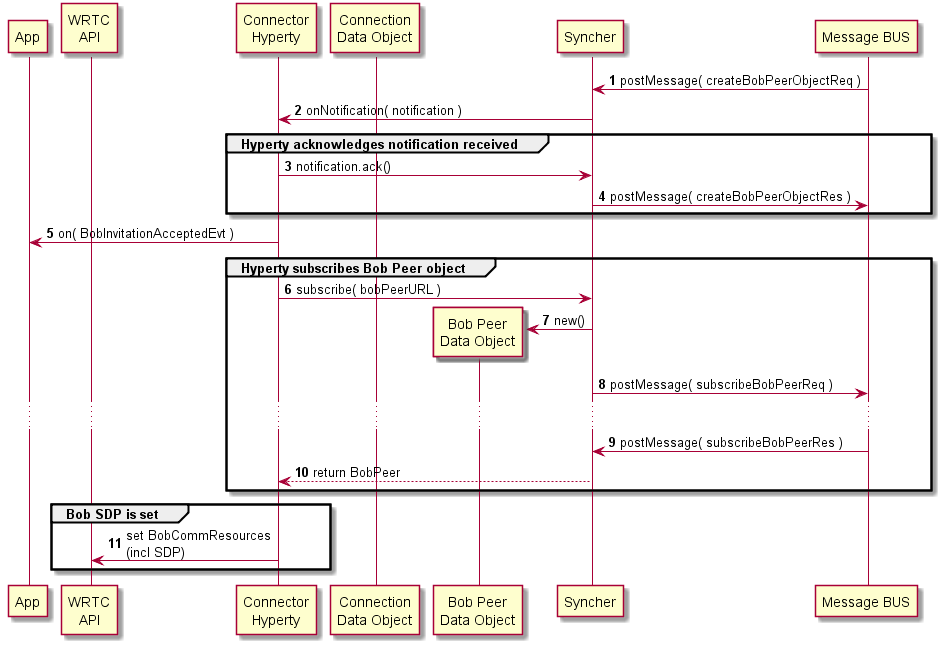
Earlier version of the PlantUML export docs/hyperties/connector/connector-alice-acked-bob-accepted-invitation.png (reTHINK-project/scenario-service-implementation). Its source is kept beside it as docs/hyperties/connector/connector-alice-acked-bob-accepted-invitation.puml.
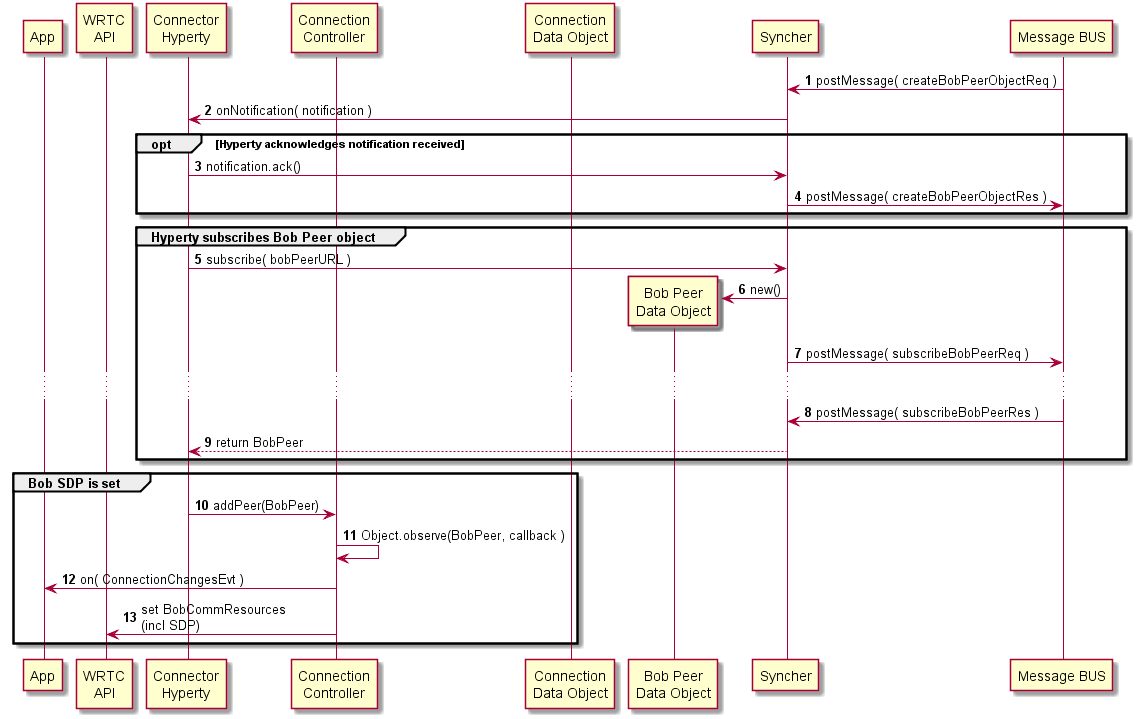
After the change.

Commit message:
Hyperty Connector updated:

The edit, as a diff of the source:
```diff
@@ -6,6 +6,8 @@
 participant "WRTC\nAPI" as wrtcAPI
 
 participant "Connector\nHyperty" as voiceH
+
+participant "Connection\nController" as connCtrl
 
 participant "Connection\nData Object" as ConnA
 
@@ -19,15 +21,13 @@
 
 sync -> voiceH : onNotification( notification )
 
-group Hyperty acknowledges notification received
+opt Hyperty acknowledges notification received
 
 sync <- voiceH : notification.ack()
 
 sync -> bus : postMessage( createBobPeerObjectRes )
 
-end group
-
-voiceH -> app : on( BobInvitationAcceptedEvt )
+end
 
 group Hyperty subscribes Bob Peer object
 
@@ -49,7 +49,13 @@
 
 group Bob SDP is set
 
-voiceH -> wrtcAPI : set BobCommResources\n(incl SDP)
+voiceH -> connCtrl : addPeer(BobPeer)
+
+connCtrl -> connCtrl : Object.observe(BobPeer, callback )
+
+connCtrl -> app : on( ConnectionChangesEvt )
+
+connCtrl -> wrtcAPI : set BobCommResources\n(incl SDP)
 
 
 end group
```
